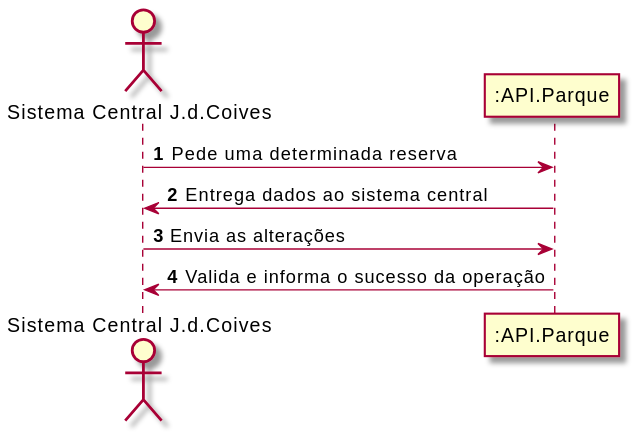
Earlier version of the PlantUML export Documentos/Sprint2/UC4/uc4.svg (UPskillDOTNET/Jakim-das-Coives-S.A.).
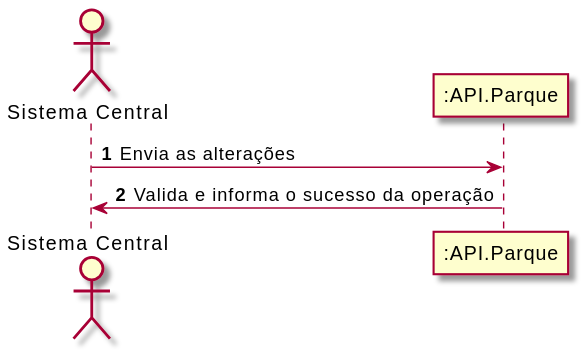
After the change.

Commit message:
Caso de Uso 4 Fixed para o ator de Sistema

What changed in the source:
```diff
@@ -1,11 +1,8 @@
 @startuml
 autonumber
 
-    Actor "Sistema Central J.d.Coives" as jdc
+    Actor "Sistema Central" as jdc
     participant ":API.Parque" as api
-
-    jdc -> api : Pede uma determinada reserva
-    api -> jdc : Entrega dados ao sistema central
     jdc -> api : Envia as alterações
     api -> jdc : Valida e informa o sucesso da operação
 @enduml
```
